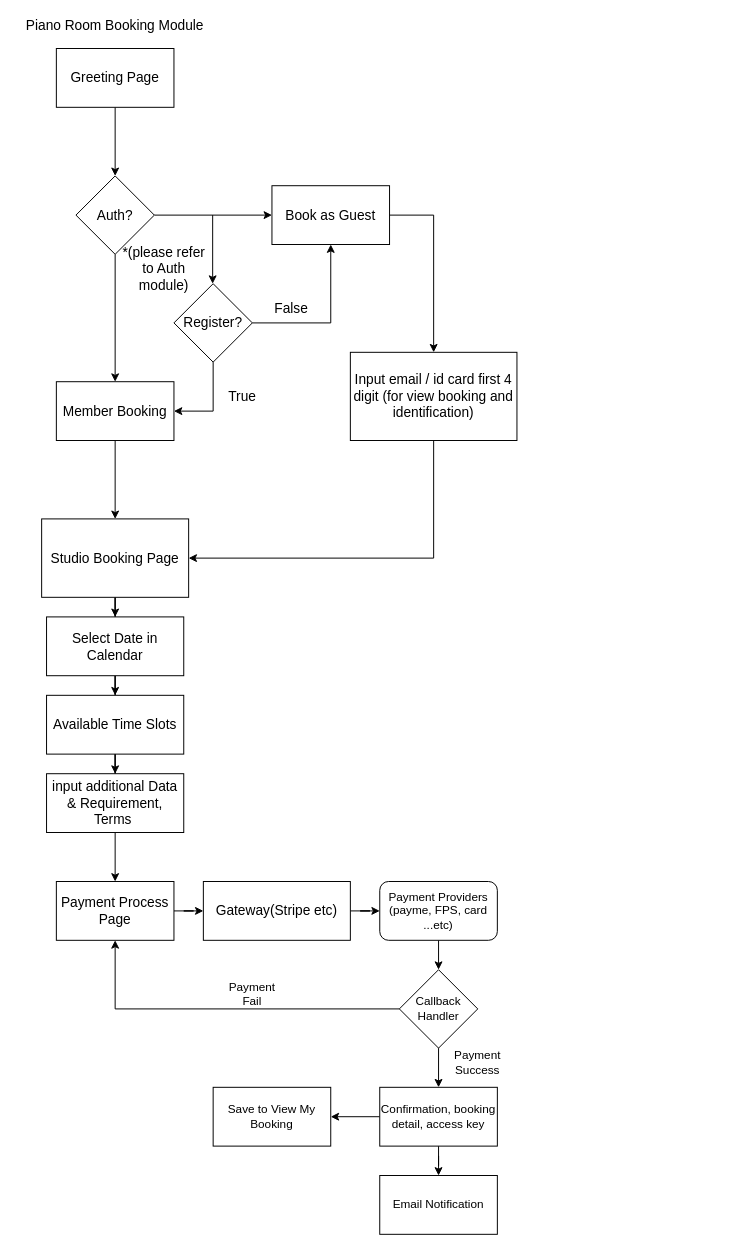
raison4645/Musika keeps this draw.io diagram as charts/musika_studio_booking_module.drawio. Above is the earlier version. Source tidied: cells renumbered, new cells numbered last; positions are measured from the earlier drawing's top-left corner, leaving out a move shared by most shapes. Both pictures are drawn from the tidied source at 98%, with x=0, y=0 at pixel (17, 19).
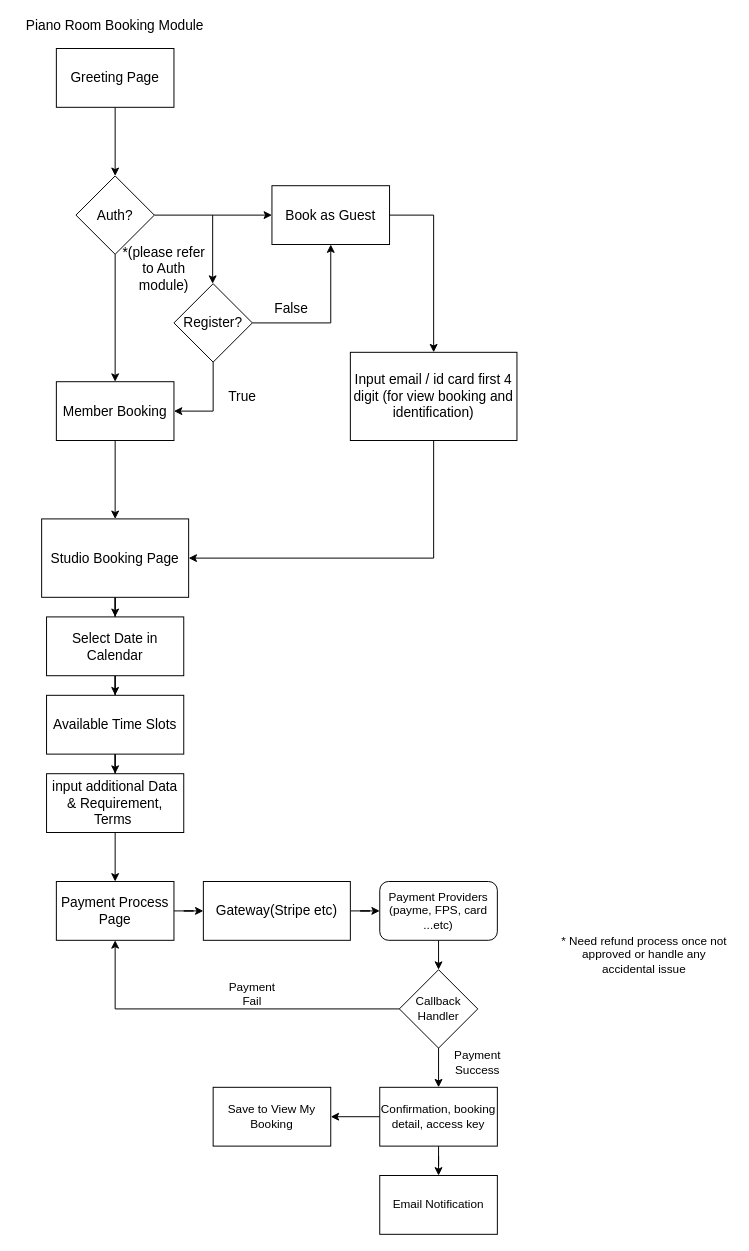
The same page after the edit.

What changed in the source:
```diff
@@
+    <mxCell id="45" value="* Need refund process once not approved or handle any accidental issue" style="text;html=1;align=center;verticalAlign=middle;whiteSpace=wrap;rounded=0;" parent="1" vertex="1">
+      <mxGeometry x="550" y="940" width="180" height="30" as="geometry" />
+    </mxCell>
```
